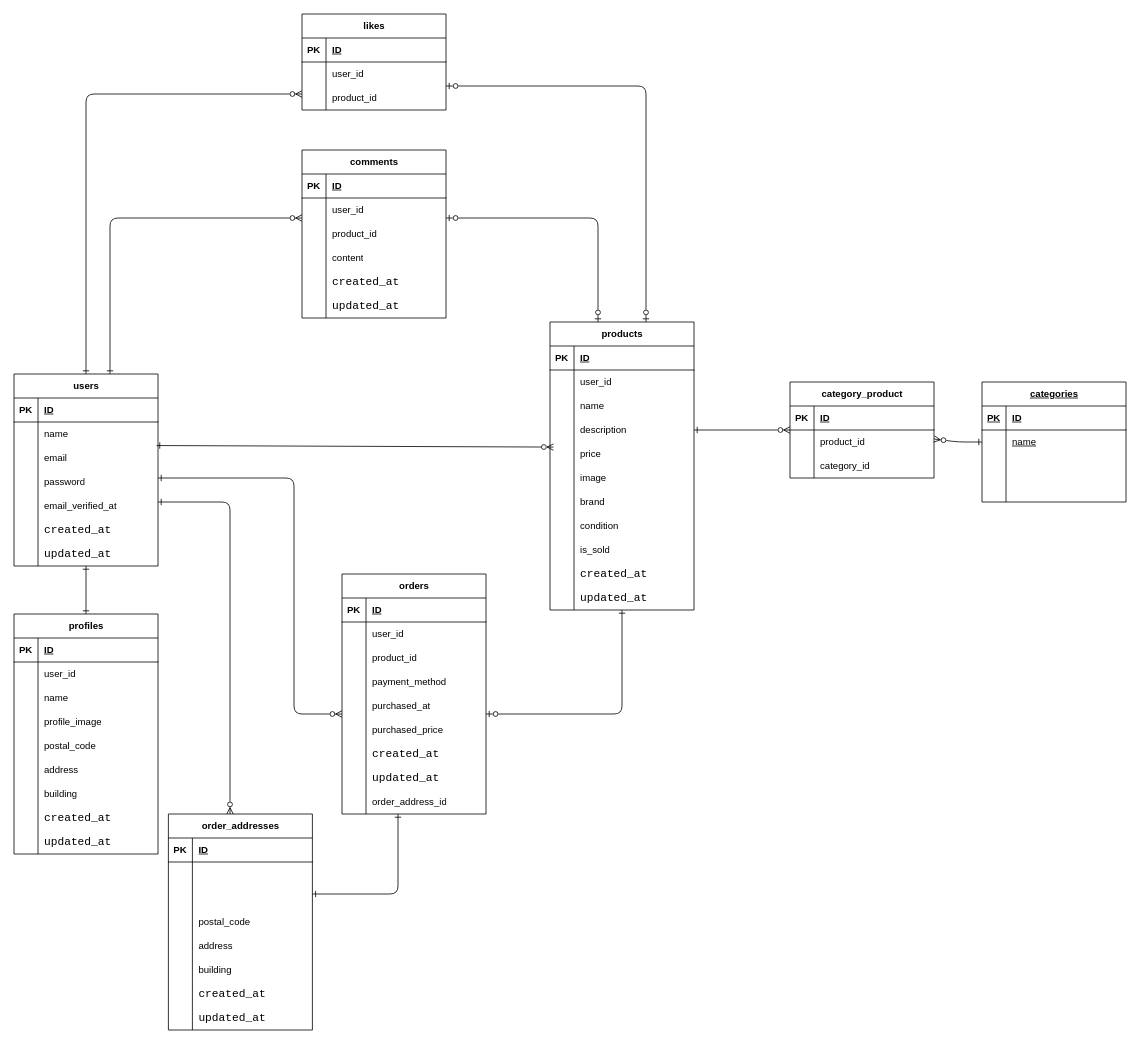
This is ER.dio from Naruyama628/FleaMarket, a draw.io file, before an edit. Source tidied: cells renumbered, new cells numbered last; positions are measured from the earlier drawing's top-left corner, leaving out a move shared by most shapes. Both pictures are drawn from the tidied source at 80%, with x=0, y=0 at pixel (14, 14).
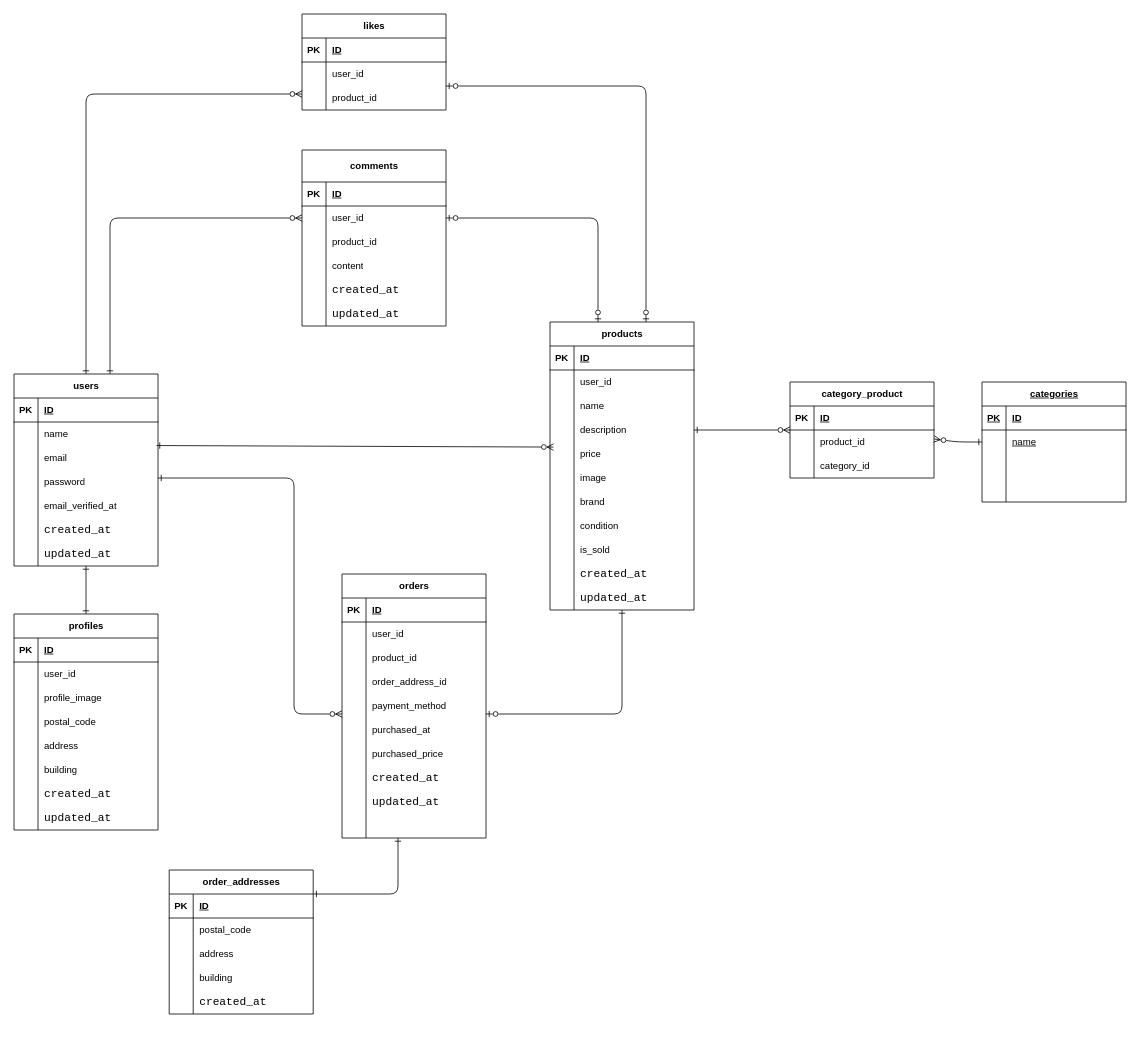
Above is the later version.

Unchanged cells that the change refers to:
```xml
<mxCell id="45" value="users" style="shape=table;startSize=30;childLayout=tableLayout;rowLines=0;fontStyle=1;align=center;html=1;" parent="1" vertex="1">
  <mxGeometry y="450" width="180" height="240" as="geometry" />
</mxCell>
```

Change to the diagram source:
```diff
@@
-    <mxCell id="81" value="comments" style="shape=table;startSize=30;childLayout=tableLayout;rowLines=0;fontStyle=1;align=center;html=1;" parent="1" vertex="1">
-      <mxGeometry x="360" y="170" width="180" height="210" as="geometry" />
+    <mxCell id="81" value="comments" style="shape=table;startSize=40;childLayout=tableLayout;rowLines=0;fontStyle=1;align=center;html=1;" parent="1" vertex="1">
+      <mxGeometry x="360" y="170" width="180" height="220" as="geometry" />
     </mxCell>
     <mxCell id="82" style="shape=tableRow;horizontal=0;startSize=0;swimlaneHead=0;swimlaneBody=0;fillColor=none;top=0;left=0;right=0;bottom=1;" parent="81" vertex="1">
-      <mxGeometry y="30" width="180" height="30" as="geometry" />
+      <mxGeometry y="40" width="180" height="30" as="geometry" />
     </mxCell>
@@
     <mxCell id="85" style="shape=tableRow;horizontal=0;startSize=0;swimlaneHead=0;swimlaneBody=0;fillColor=none;top=0;left=0;right=0;bottom=0;" parent="81" vertex="1">
-      <mxGeometry y="60" width="180" height="30" as="geometry" />
+      <mxGeometry y="70" width="180" height="30" as="geometry" />
     </mxCell>
@@
     <mxCell id="88" style="shape=tableRow;horizontal=0;startSize=0;swimlaneHead=0;swimlaneBody=0;fillColor=none;top=0;left=0;right=0;bottom=0;" parent="81" vertex="1">
-      <mxGeometry y="90" width="180" height="30" as="geometry" />
+      <mxGeometry y="100" width="180" height="30" as="geometry" />
     </mxCell>
@@
     <mxCell id="91" style="shape=tableRow;horizontal=0;startSize=0;swimlaneHead=0;swimlaneBody=0;fillColor=none;top=0;left=0;right=0;bottom=0;" parent="81" vertex="1">
-      <mxGeometry y="120" width="180" height="30" as="geometry" />
+      <mxGeometry y="130" width="180" height="30" as="geometry" />
     </mxCell>
@@
     <mxCell id="94" style="shape=tableRow;horizontal=0;startSize=0;swimlaneHead=0;swimlaneBody=0;fillColor=none;top=0;left=0;right=0;bottom=0;" parent="81" vertex="1">
-      <mxGeometry y="150" width="180" height="30" as="geometry" />
+      <mxGeometry y="160" width="180" height="30" as="geometry" />
     </mxCell>
@@
     <mxCell id="97" style="shape=tableRow;horizontal=0;startSize=0;swimlaneHead=0;swimlaneBody=0;fillColor=none;top=0;left=0;right=0;bottom=0;" parent="81" vertex="1">
-      <mxGeometry y="180" width="180" height="30" as="geometry" />
+      <mxGeometry y="190" width="180" height="30" as="geometry" />
     </mxCell>
@@
     <mxCell id="100" value="profiles" style="shape=table;startSize=30;childLayout=tableLayout;rowLines=0;fontStyle=1;align=center;html=1;" parent="1" vertex="1">
-      <mxGeometry y="750" width="180" height="300" as="geometry" />
+      <mxGeometry y="750" width="180" height="270" as="geometry" />
     </mxCell>
@@
-    <mxCell id="107" style="shape=tableRow;horizontal=0;startSize=0;swimlaneHead=0;swimlaneBody=0;fillColor=none;top=0;left=0;right=0;bottom=0;" parent="100" vertex="1">
-      <mxGeometry y="90" width="180" height="30" as="geometry" />
-    </mxCell>
-    <mxCell id="108" style="shape=partialRectangle;fillColor=none;top=0;left=0;bottom=0;right=0;overflow=hidden;whiteSpace=wrap;html=1;" parent="107" vertex="1">
-      <mxGeometry width="30" height="30" as="geometry" />
-    </mxCell>
-    <mxCell id="109" value="name" style="shape=partialRectangle;fillColor=none;top=0;left=0;bottom=0;right=0;align=left;spacingLeft=6;overflow=hidden;whiteSpace=wrap;html=1;" parent="107" vertex="1">
-      <mxGeometry x="30" width="150" height="30" as="geometry" />
-    </mxCell>
     <mxCell id="110" style="shape=tableRow;horizontal=0;startSize=0;swimlaneHead=0;swimlaneBody=0;fillColor=none;top=0;left=0;right=0;bottom=0;" parent="100" vertex="1">
-      <mxGeometry y="120" width="180" height="30" as="geometry" />
+      <mxGeometry y="90" width="180" height="30" as="geometry" />
     </mxCell>
@@
     <mxCell id="113" style="shape=tableRow;horizontal=0;startSize=0;swimlaneHead=0;swimlaneBody=0;fillColor=none;top=0;left=0;right=0;bottom=0;" parent="100" vertex="1">
-      <mxGeometry y="150" width="180" height="30" as="geometry" />
+      <mxGeometry y="120" width="180" height="30" as="geometry" />
     </mxCell>
@@
     <mxCell id="116" style="shape=tableRow;horizontal=0;startSize=0;swimlaneHead=0;swimlaneBody=0;fillColor=none;top=0;left=0;right=0;bottom=0;" parent="100" vertex="1">
-      <mxGeometry y="180" width="180" height="30" as="geometry" />
+      <mxGeometry y="150" width="180" height="30" as="geometry" />
     </mxCell>
@@
     <mxCell id="119" style="shape=tableRow;horizontal=0;startSize=0;swimlaneHead=0;swimlaneBody=0;fillColor=none;top=0;left=0;right=0;bottom=0;" parent="100" vertex="1">
-      <mxGeometry y="210" width="180" height="30" as="geometry" />
+      <mxGeometry y="180" width="180" height="30" as="geometry" />
     </mxCell>
@@
     <mxCell id="122" style="shape=tableRow;horizontal=0;startSize=0;swimlaneHead=0;swimlaneBody=0;fillColor=none;top=0;left=0;right=0;bottom=0;" parent="100" vertex="1">
-      <mxGeometry y="240" width="180" height="30" as="geometry" />
+      <mxGeometry y="210" width="180" height="30" as="geometry" />
     </mxCell>
@@
     <mxCell id="125" style="shape=tableRow;horizontal=0;startSize=0;swimlaneHead=0;swimlaneBody=0;fillColor=none;top=0;left=0;right=0;bottom=0;" parent="100" vertex="1">
-      <mxGeometry y="270" width="180" height="30" as="geometry" />
+      <mxGeometry y="240" width="180" height="30" as="geometry" />
     </mxCell>
@@
     <mxCell id="128" value="orders" style="shape=table;startSize=30;childLayout=tableLayout;rowLines=0;fontStyle=1;align=center;html=1;" parent="1" vertex="1">
-      <mxGeometry x="410" y="700" width="180" height="300" as="geometry" />
+      <mxGeometry x="410" y="700" width="180" height="330" as="geometry" />
     </mxCell>
@@
+    <mxCell id="203" style="shape=tableRow;horizontal=0;startSize=0;swimlaneHead=0;swimlaneBody=0;fillColor=none;top=0;left=0;right=0;bottom=0;" parent="128" vertex="1">
+      <mxGeometry y="120" width="180" height="30" as="geometry" />
+    </mxCell>
+    <mxCell id="204" style="shape=partialRectangle;fillColor=none;top=0;left=0;bottom=0;right=0;overflow=hidden;whiteSpace=wrap;html=1;" parent="203" vertex="1">
+      <mxGeometry width="30" height="30" as="geometry" />
+    </mxCell>
+    <mxCell id="205" value="order_address_id" style="shape=partialRectangle;fillColor=none;top=0;left=0;bottom=0;right=0;align=left;spacingLeft=6;overflow=hidden;whiteSpace=wrap;html=1;" parent="203" vertex="1">
+      <mxGeometry x="30" width="150" height="30" as="geometry" />
+    </mxCell>
     <mxCell id="138" style="shape=tableRow;horizontal=0;startSize=0;swimlaneHead=0;swimlaneBody=0;fillColor=none;top=0;left=0;right=0;bottom=0;" parent="128" vertex="1">
-      <mxGeometry y="120" width="180" height="30" as="geometry" />
+      <mxGeometry y="150" width="180" height="30" as="geometry" />
     </mxCell>
@@
     <mxCell id="141" style="shape=tableRow;horizontal=0;startSize=0;swimlaneHead=0;swimlaneBody=0;fillColor=none;top=0;left=0;right=0;bottom=0;" parent="128" vertex="1">
-      <mxGeometry y="150" width="180" height="30" as="geometry" />
+      <mxGeometry y="180" width="180" height="30" as="geometry" />
     </mxCell>
@@
     <mxCell id="144" style="shape=tableRow;horizontal=0;startSize=0;swimlaneHead=0;swimlaneBody=0;fillColor=none;top=0;left=0;right=0;bottom=0;" parent="128" vertex="1">
-      <mxGeometry y="180" width="180" height="30" as="geometry" />
+      <mxGeometry y="210" width="180" height="30" as="geometry" />
     </mxCell>
@@
     <mxCell id="147" style="shape=tableRow;horizontal=0;startSize=0;swimlaneHead=0;swimlaneBody=0;fillColor=none;top=0;left=0;right=0;bottom=0;" parent="128" vertex="1">
-      <mxGeometry y="210" width="180" height="30" as="geometry" />
+      <mxGeometry y="240" width="180" height="30" as="geometry" />
     </mxCell>
@@
     <mxCell id="150" style="shape=tableRow;horizontal=0;startSize=0;swimlaneHead=0;swimlaneBody=0;fillColor=none;top=0;left=0;right=0;bottom=0;" parent="128" vertex="1">
-      <mxGeometry y="240" width="180" height="30" as="geometry" />
+      <mxGeometry y="270" width="180" height="30" as="geometry" />
     </mxCell>
@@
     <mxCell id="153" style="shape=tableRow;horizontal=0;startSize=0;swimlaneHead=0;swimlaneBody=0;fillColor=none;top=0;left=0;right=0;bottom=0;" parent="128" vertex="1">
-      <mxGeometry y="270" width="180" height="30" as="geometry" />
+      <mxGeometry y="300" width="180" height="30" as="geometry" />
     </mxCell>
@@
-    <mxCell id="155" value="order_address_id" style="shape=partialRectangle;fillColor=none;top=0;left=0;bottom=0;right=0;align=left;spacingLeft=6;overflow=hidden;whiteSpace=wrap;html=1;" parent="153" vertex="1">
+    <mxCell id="155" style="shape=partialRectangle;fillColor=none;top=0;left=0;bottom=0;right=0;align=left;spacingLeft=6;overflow=hidden;whiteSpace=wrap;html=1;" parent="153" vertex="1">
       <mxGeometry x="30" width="150" height="30" as="geometry" />
     </mxCell>
@@
-    <mxCell id="177" style="edgeStyle=orthogonalEdgeStyle;html=1;endArrow=ERone;endFill=0;startArrow=ERzeroToMany;startFill=0;" parent="1" edge="1" source="178" target="45">
-      <mxGeometry relative="1" as="geometry">
-        <Array as="points">
-          <mxPoint x="270" y="610" />
-        </Array>
-      </mxGeometry>
-    </mxCell>
     <mxCell id="178" value="order_addresses" style="shape=table;startSize=30;childLayout=tableLayout;rowLines=0;fontStyle=1;align=center;html=1;" parent="1" vertex="1">
-      <mxGeometry x="193" y="1000" width="180" height="270" as="geometry" />
+      <mxGeometry x="194" y="1070" width="180" height="180" as="geometry" />
     </mxCell>
@@
-    <mxCell id="182" style="shape=tableRow;horizontal=0;startSize=0;swimlaneHead=0;swimlaneBody=0;fillColor=none;top=0;left=0;right=0;bottom=0;" parent="178" vertex="1">
-      <mxGeometry y="60" width="180" height="30" as="geometry" />
-    </mxCell>
-    <mxCell id="183" style="shape=partialRectangle;fillColor=none;top=0;left=0;bottom=0;right=0;overflow=hidden;whiteSpace=wrap;html=1;" parent="182" vertex="1">
-      <mxGeometry width="30" height="30" as="geometry" />
-    </mxCell>
-    <mxCell id="184" style="shape=partialRectangle;fillColor=none;top=0;left=0;bottom=0;right=0;align=left;spacingLeft=6;overflow=hidden;whiteSpace=wrap;html=1;" parent="182" vertex="1">
-      <mxGeometry x="30" width="150" height="30" as="geometry" />
-    </mxCell>
-    <mxCell id="185" style="shape=tableRow;horizontal=0;startSize=0;swimlaneHead=0;swimlaneBody=0;fillColor=none;top=0;left=0;right=0;bottom=0;" parent="178" vertex="1">
-      <mxGeometry y="90" width="180" height="30" as="geometry" />
-    </mxCell>
-    <mxCell id="186" style="shape=partialRectangle;fillColor=none;top=0;left=0;bottom=0;right=0;overflow=hidden;whiteSpace=wrap;html=1;" parent="185" vertex="1">
-      <mxGeometry width="30" height="30" as="geometry" />
-    </mxCell>
-    <mxCell id="187" value="&lt;div&gt;&lt;br&gt;&lt;/div&gt;&lt;div&gt;&lt;br&gt;&lt;/div&gt;" style="shape=partialRectangle;fillColor=none;top=0;left=0;bottom=0;right=0;align=left;spacingLeft=6;overflow=hidden;whiteSpace=wrap;html=1;" parent="185" vertex="1">
-      <mxGeometry x="30" width="150" height="30" as="geometry" />
-    </mxCell>
     <mxCell id="188" style="shape=tableRow;horizontal=0;startSize=0;swimlaneHead=0;swimlaneBody=0;fillColor=none;top=0;left=0;right=0;bottom=0;" parent="178" vertex="1">
-      <mxGeometry y="120" width="180" height="30" as="geometry" />
+      <mxGeometry y="60" width="180" height="30" as="geometry" />
     </mxCell>
@@
     <mxCell id="191" style="shape=tableRow;horizontal=0;startSize=0;swimlaneHead=0;swimlaneBody=0;fillColor=none;top=0;left=0;right=0;bottom=0;" parent="178" vertex="1">
-      <mxGeometry y="150" width="180" height="30" as="geometry" />
+      <mxGeometry y="90" width="180" height="30" as="geometry" />
     </mxCell>
@@
     <mxCell id="194" style="shape=tableRow;horizontal=0;startSize=0;swimlaneHead=0;swimlaneBody=0;fillColor=none;top=0;left=0;right=0;bottom=0;" parent="178" vertex="1">
-      <mxGeometry y="180" width="180" height="30" as="geometry" />
+      <mxGeometry y="120" width="180" height="30" as="geometry" />
     </mxCell>
@@
     <mxCell id="197" style="shape=tableRow;horizontal=0;startSize=0;swimlaneHead=0;swimlaneBody=0;fillColor=none;top=0;left=0;right=0;bottom=0;" parent="178" vertex="1">
-      <mxGeometry y="210" width="180" height="30" as="geometry" />
+      <mxGeometry y="150" width="180" height="30" as="geometry" />
     </mxCell>
@@
-    <mxCell id="200" style="shape=tableRow;horizontal=0;startSize=0;swimlaneHead=0;swimlaneBody=0;fillColor=none;top=0;left=0;right=0;bottom=0;" parent="178" vertex="1">
-      <mxGeometry y="240" width="180" height="30" as="geometry" />
-    </mxCell>
-    <mxCell id="201" style="shape=partialRectangle;fillColor=none;top=0;left=0;bottom=0;right=0;overflow=hidden;whiteSpace=wrap;html=1;" parent="200" vertex="1">
-      <mxGeometry width="30" height="30" as="geometry" />
-    </mxCell>
-    <mxCell id="202" value="&lt;span style=&quot;color: rgb(0, 0, 0); font-family: Consolas, &amp;quot;Courier New&amp;quot;, monospace; font-size: 14px; white-space: pre;&quot;&gt;updated_at&lt;/span&gt;" style="shape=partialRectangle;fillColor=none;top=0;left=0;bottom=0;right=0;align=left;spacingLeft=6;overflow=hidden;whiteSpace=wrap;html=1;" parent="200" vertex="1">
-      <mxGeometry x="30" width="150" height="30" as="geometry" />
-    </mxCell>
```
